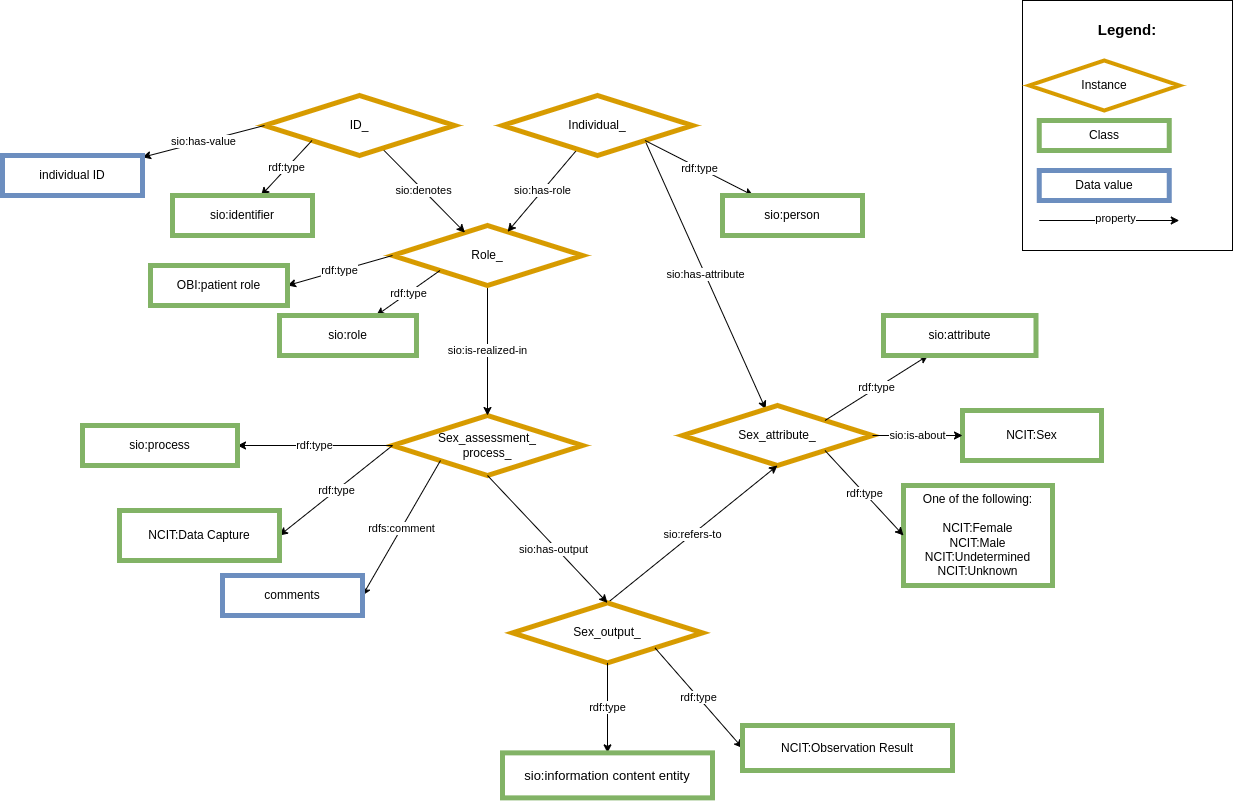
Earlier version of the draw.io export images/CARE-SM-Sex.png (CARE-SM/CARE-Semantic-Model). Source tidied: cells renumbered, new cells last; positions are measured from the earlier drawing's top-left corner, leaving out a move shared by most shapes.
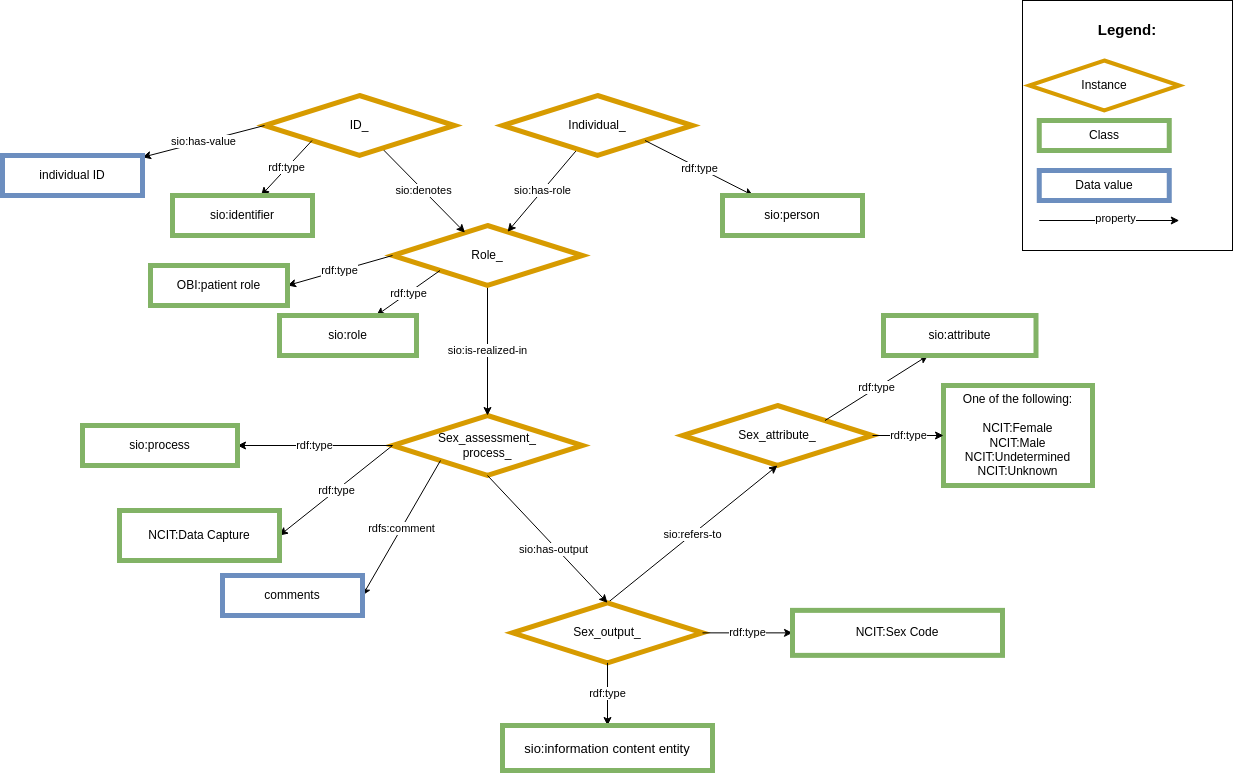
Later version of the same file.

What changed in the source:
```diff
@@ -8,9 +8,6 @@
     <mxCell id="3" value="&lt;span style=&quot;color: rgb(0, 0, 0); font-family: Helvetica; font-size: 11px; font-style: normal; font-variant-ligatures: normal; font-variant-caps: normal; font-weight: 400; letter-spacing: normal; orphans: 2; text-align: center; text-indent: 0px; text-transform: none; widows: 2; word-spacing: 0px; -webkit-text-stroke-width: 0px; background-color: rgb(255, 255, 255); text-decoration-thickness: initial; text-decoration-style: initial; text-decoration-color: initial; float: none; display: inline !important;&quot;&gt;sio:is-realized-in&lt;/span&gt;" style="rounded=0;jettySize=auto;html=1;exitX=0.5;exitY=1;exitDx=0;exitDy=0;entryX=0.5;entryY=0;entryDx=0;entryDy=0;" parent="1" edge="1" source="5" target="2">
       <mxGeometry relative="1" as="geometry" />
     </mxCell>
-    <mxCell id="4" value="sio:has-attribute" style="rounded=0;jettySize=auto;html=1;exitX=1;exitY=1;exitDx=0;exitDy=0;" parent="1" edge="1" source="9" target="10">
-      <mxGeometry relative="1" as="geometry" />
-    </mxCell>
     <mxCell id="5" value="Role_" style="rhombus;whiteSpace=wrap;html=1;fillColor=#FFFFFF;strokeColor=#d79b00;strokeWidth=5;" parent="1" vertex="1">
       <mxGeometry x="390" y="225" width="190" height="60" as="geometry" />
     </mxCell>
@@ -65,12 +62,6 @@
     <mxCell id="22" value="OBI:patient role" style="whiteSpace=wrap;html=1;fillColor=#FFFFFF;strokeColor=#82b366;strokeWidth=5;" parent="1" vertex="1">
       <mxGeometry x="148" y="265" width="137" height="40" as="geometry" />
     </mxCell>
-    <mxCell id="23" value="&lt;span style=&quot;background-color: initial;&quot;&gt;NCIT:Sex&lt;br&gt;&lt;/span&gt;" style="whiteSpace=wrap;html=1;fillColor=#FFFFFF;strokeColor=#82b366;strokeWidth=5;" parent="1" vertex="1">
-      <mxGeometry x="960" y="410" width="139" height="50" as="geometry" />
-    </mxCell>
-    <mxCell id="24" value="sio:is-about" style="edgeStyle=none;rounded=0;jettySize=auto;html=1;exitX=1;exitY=0.5;exitDx=0;exitDy=0;entryX=0;entryY=0.5;entryDx=0;entryDy=0;" parent="1" edge="1" source="10" target="23">
-      <mxGeometry relative="1" as="geometry" />
-    </mxCell>
     <mxCell id="25" value="rdf:type" style="edgeStyle=none;rounded=0;jettySize=auto;html=1;exitX=0;exitY=0.5;exitDx=0;exitDy=0;" parent="1" edge="1" target="26">
       <mxGeometry relative="1" as="geometry">
         <mxPoint x="390" y="445" as="sourcePoint" />
@@ -117,18 +108,18 @@
       <mxGeometry relative="1" as="geometry" />
     </mxCell>
     <mxCell id="36" value="&lt;font size=&quot;2&quot;&gt;sio:information content entity&lt;/font&gt;" style="whiteSpace=wrap;html=1;fillColor=#FFFFFF;strokeColor=#82b366;strokeWidth=5;" parent="1" vertex="1">
-      <mxGeometry x="500" y="752.4" width="210" height="45" as="geometry" />
+      <mxGeometry x="500" y="725" width="210" height="45" as="geometry" />
     </mxCell>
-    <mxCell id="37" value="rdf:type" style="edgeStyle=none;rounded=0;jettySize=auto;html=1;exitX=1;exitY=1;exitDx=0;exitDy=0;entryX=0;entryY=0.5;entryDx=0;entryDy=0;" parent="1" edge="1" source="32" target="38">
+    <mxCell id="37" value="rdf:type" style="edgeStyle=none;rounded=0;jettySize=auto;html=1;" parent="1" edge="1" source="32" target="38">
       <mxGeometry relative="1" as="geometry" />
     </mxCell>
-    <mxCell id="38" value="NCIT:Observation Result" style="whiteSpace=wrap;html=1;fillColor=#FFFFFF;strokeColor=#82b366;strokeWidth=5;" parent="1" vertex="1">
-      <mxGeometry x="740" y="725" width="210" height="45" as="geometry" />
+    <mxCell id="38" value="NCIT:Sex Code" style="whiteSpace=wrap;html=1;fillColor=#FFFFFF;strokeColor=#82b366;strokeWidth=5;" parent="1" vertex="1">
+      <mxGeometry x="790" y="609.9" width="210" height="45" as="geometry" />
     </mxCell>
     <mxCell id="39" value="One of the following:&lt;br&gt;&lt;br&gt;&lt;span style=&quot;background-color: initial;&quot;&gt;NCIT:Female&lt;br&gt;NCIT:Male&lt;br&gt;NCIT:Undetermined&lt;br&gt;NCIT:Unknown&lt;br&gt;&lt;/span&gt;" style="whiteSpace=wrap;html=1;fillColor=#FFFFFF;strokeColor=#82b366;strokeWidth=5;" parent="1" vertex="1">
-      <mxGeometry x="901" y="485" width="149" height="100" as="geometry" />
+      <mxGeometry x="941" y="385" width="149" height="100" as="geometry" />
     </mxCell>
-    <mxCell id="40" value="rdf:type" style="edgeStyle=none;rounded=0;jettySize=auto;html=1;exitX=1;exitY=1;exitDx=0;exitDy=0;entryX=0;entryY=0.5;entryDx=0;entryDy=0;" parent="1" edge="1" source="10" target="39">
+    <mxCell id="40" value="rdf:type" style="edgeStyle=none;rounded=0;jettySize=auto;html=1;entryX=0;entryY=0.5;entryDx=0;entryDy=0;" parent="1" edge="1" source="10" target="39">
       <mxGeometry relative="1" as="geometry" />
     </mxCell>
     <mxCell id="41" value="&lt;div style=&quot;text-align: left; font-size: 15px;&quot;&gt;&lt;span style=&quot;background-color: initial;&quot;&gt;&lt;b style=&quot;&quot;&gt;&lt;font style=&quot;font-size: 15px;&quot;&gt;Legend:&lt;/font&gt;&lt;/b&gt;&lt;/span&gt;&lt;/div&gt;&lt;div style=&quot;text-align: left; font-size: 15px;&quot;&gt;&lt;span style=&quot;background-color: initial;&quot;&gt;&lt;br&gt;&lt;/span&gt;&lt;/div&gt;&lt;div style=&quot;text-align: left;&quot;&gt;&lt;span style=&quot;background-color: initial;&quot;&gt;&lt;br&gt;&lt;/span&gt;&lt;/div&gt;&lt;div style=&quot;text-align: left;&quot;&gt;&lt;span style=&quot;background-color: initial;&quot;&gt;&lt;br&gt;&lt;/span&gt;&lt;/div&gt;&lt;div style=&quot;text-align: left;&quot;&gt;&lt;br&gt;&lt;/div&gt;&lt;div style=&quot;text-align: left;&quot;&gt;&lt;br&gt;&lt;/div&gt;&lt;div style=&quot;text-align: left;&quot;&gt;&lt;br&gt;&lt;/div&gt;&lt;div style=&quot;text-align: left;&quot;&gt;&lt;br&gt;&lt;/div&gt;&lt;div style=&quot;text-align: left;&quot;&gt;&lt;br&gt;&lt;/div&gt;&lt;div style=&quot;text-align: left;&quot;&gt;&lt;span style=&quot;background-color: initial;&quot;&gt;&lt;br&gt;&lt;/span&gt;&lt;/div&gt;&lt;div style=&quot;text-align: left;&quot;&gt;&lt;span style=&quot;background-color: initial;&quot;&gt;&lt;br&gt;&lt;/span&gt;&lt;/div&gt;&lt;div style=&quot;text-align: left;&quot;&gt;&lt;span style=&quot;background-color: initial;&quot;&gt;&lt;br&gt;&lt;/span&gt;&lt;/div&gt;&lt;div style=&quot;text-align: left;&quot;&gt;&lt;span style=&quot;background-color: initial;&quot;&gt;&lt;br&gt;&lt;/span&gt;&lt;/div&gt;&lt;div style=&quot;text-align: left;&quot;&gt;&lt;span style=&quot;background-color: initial;&quot;&gt;&lt;br&gt;&lt;/span&gt;&lt;/div&gt;" style="rounded=0;whiteSpace=wrap;html=1;" parent="1" vertex="1">
```
